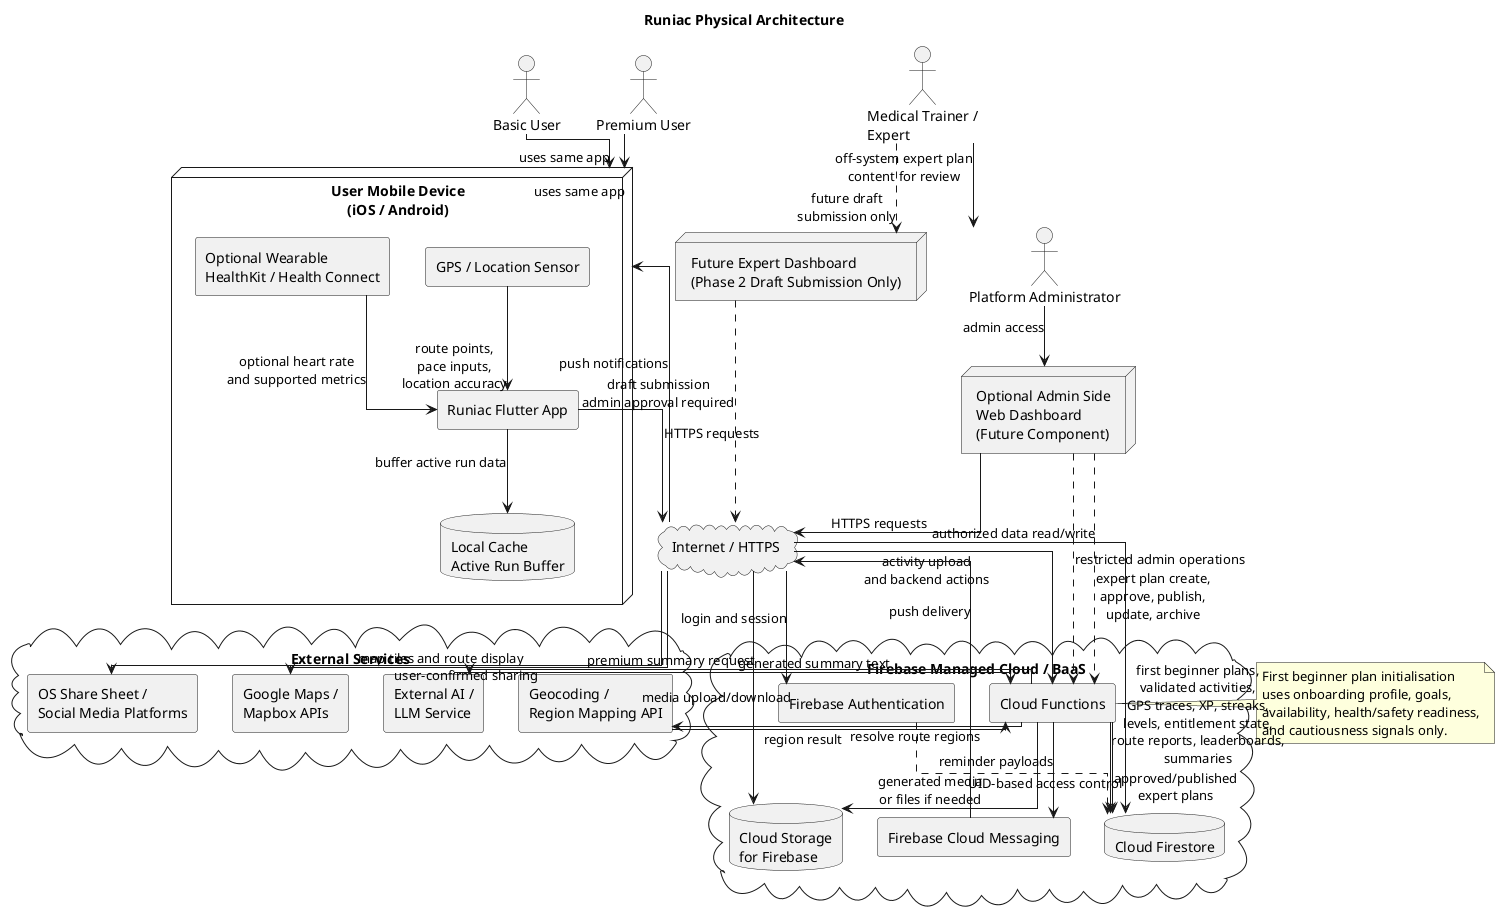
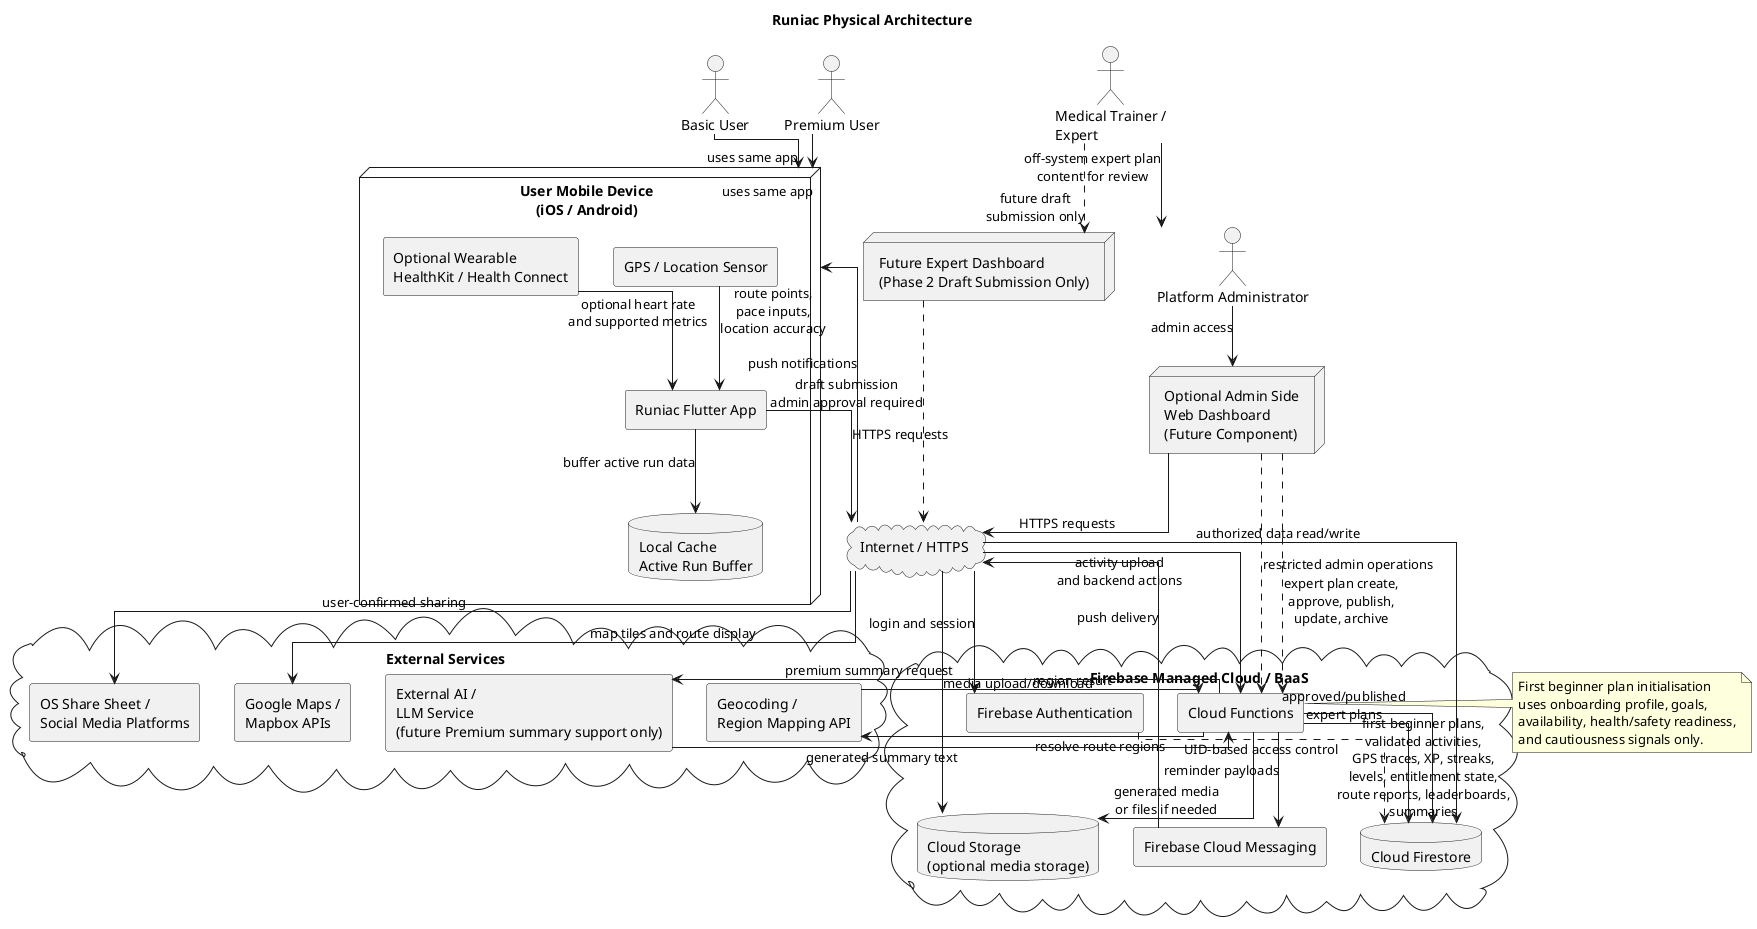
@startuml Runiac_Physical_Architecture
title Runiac Physical Architecture

skinparam componentStyle rectangle
skinparam shadowing false
skinparam linetype ortho
skinparam packageStyle rectangle

actor "Basic User" as BasicUser
actor "Premium User" as PremiumUser
actor "Platform Administrator" as Admin
actor "Medical Trainer /\nExpert" as Expert

node "User Mobile Device\n(iOS / Android)" as Mobile {
  component "Runiac Flutter App" as App
  component "GPS / Location Sensor" as GPS
  component "Optional Wearable\nHealthKit / Health Connect" as Wearable
  database "Local Cache\nActive Run Buffer" as LocalCache
}

cloud "Internet / HTTPS" as Internet

node "Optional Admin Side\nWeb Dashboard\n(Future Component)" as AdminDash
node "Future Expert Dashboard\n(Phase 2 Draft Submission Only)" as ExpertDash

cloud "Firebase Managed Cloud / BaaS" as Firebase {
  component "Firebase Authentication" as Auth
  database "Cloud Firestore" as Firestore
  component "Cloud Functions" as Functions
  component "Firebase Cloud Messaging" as FCM
-   database "Cloud Storage\nfor Firebase" as Storage
+   database "Cloud Storage\n(optional media storage)" as Storage
}

cloud "External Services" as External {
  component "Google Maps /\nMapbox APIs" as Maps
  component "Geocoding /\nRegion Mapping API" as Geo
-   component "External AI /\nLLM Service" as LLM
+   component "External AI /\nLLM Service\n(future Premium summary support only)" as LLM
  component "OS Share Sheet /\nSocial Media Platforms" as Share
}

BasicUser --> Mobile : uses same app
PremiumUser --> Mobile : uses same app
GPS --> App : route points,\npace inputs,\nlocation accuracy
Wearable --> App : optional heart rate\nand supported metrics
App --> LocalCache : buffer active run data

App --> Internet : HTTPS requests
Admin --> AdminDash : admin access
AdminDash --> Internet : HTTPS requests

Internet --> Auth : login and session
Internet --> Firestore : authorized data read/write
Internet --> Functions : activity upload\nand backend actions
Internet --> Storage : media upload/download
Internet --> Maps : map tiles and route display
Internet --> Share : user-confirmed sharing

Functions --> Firestore : first beginner plans,\nvalidated activities,\nGPS traces, XP, streaks,\nlevels, entitlement state,\nroute reports, leaderboards,\nsummaries
Functions --> Firestore : approved/published\nexpert plans
Functions --> Storage : generated media\nor files if needed
Functions --> FCM : reminder payloads
FCM --> Internet : push delivery
Internet --> Mobile : push notifications

Functions --> Geo : resolve route regions
Geo --> Functions : region result

Functions --> LLM : premium summary request
LLM --> Functions : generated summary text

note right of Functions
  First beginner plan initialisation
  uses onboarding profile, goals,
  availability, health/safety readiness,
  and cautiousness signals only.
end note

Auth ..> Firestore : UID-based access control
AdminDash ..> Functions : restricted admin operations
Expert --> Admin : off-system expert plan\ncontent for review
Expert ..> ExpertDash : future draft\nsubmission only
ExpertDash ..> Internet : draft submission\nadmin approval required
AdminDash ..> Functions : expert plan create,\napprove, publish,\nupdate, archive

@enduml
